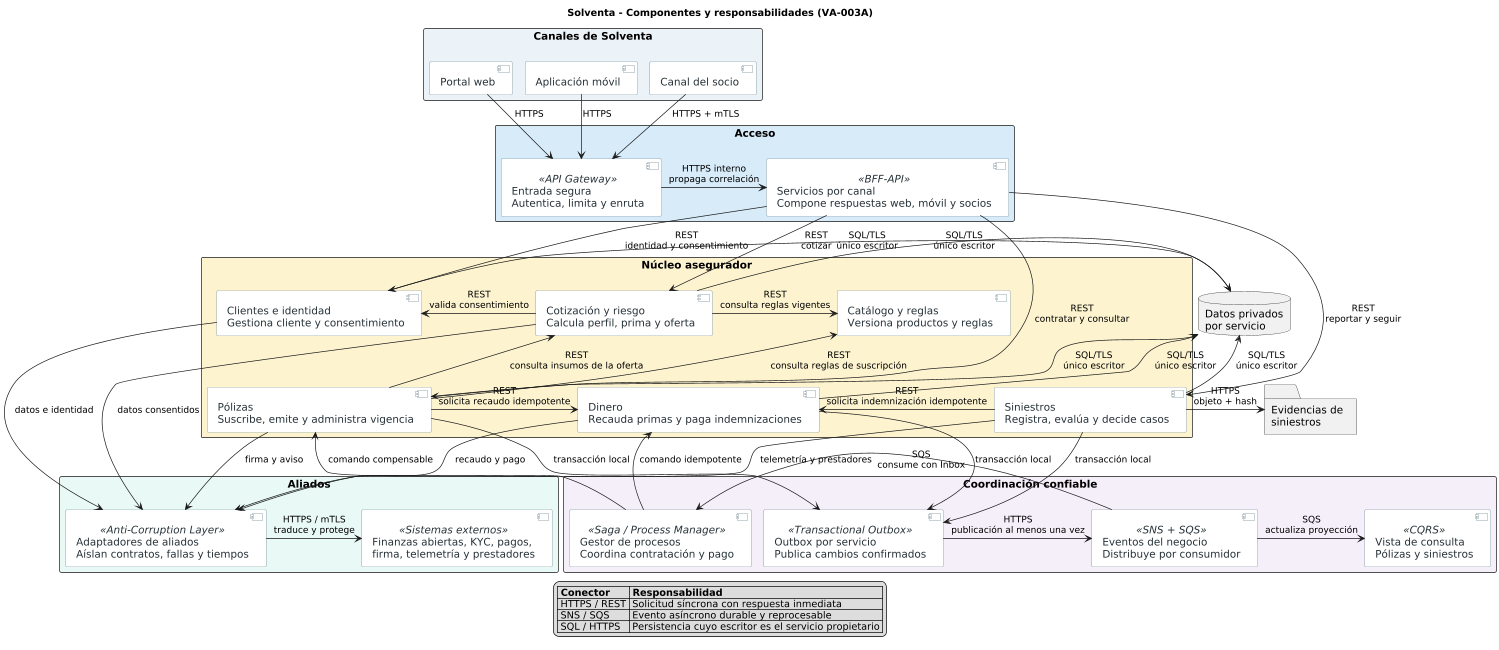
Above: docs/arquitectura/generated/diagrama_componentes_responsabilidades.png in sjfuentes-uniandes/proyecto-final-2-backend (PlantUML), before the change.
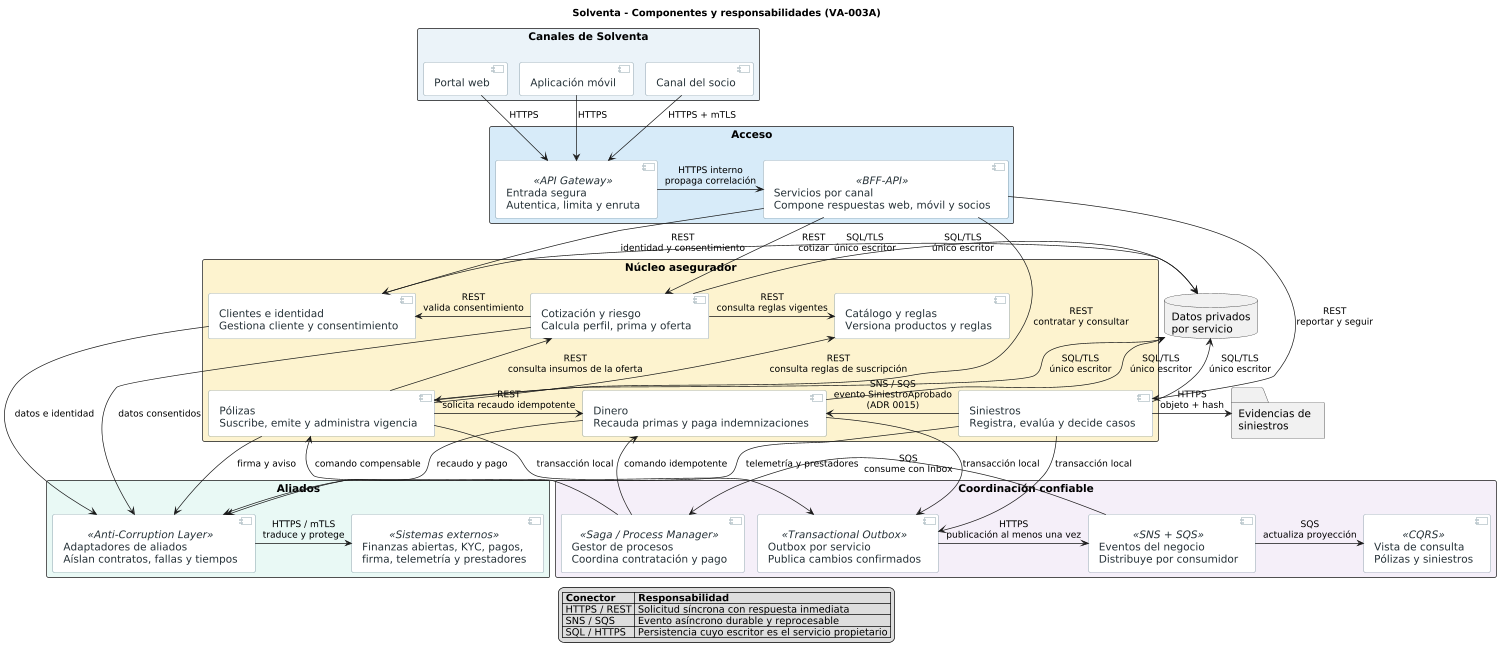
After the change.

The edit, as a diff of the source:
```diff
@@ -83,7 +83,7 @@
 Polizas -up-> Cotizacion : REST\nconsulta insumos de la oferta
 Polizas -up-> Catalogo : REST\nconsulta reglas de suscripción
 Polizas -right-> Dinero : REST\nsolicita recaudo idempotente
-Siniestros -right-> Dinero : REST\nsolicita indemnización idempotente
+Siniestros -right-> Dinero : SNS / SQS\nevento SiniestroAprobado\n(ADR 0015)
 
 Polizas -down-> Outbox : transacción local
 Siniestros -down-> Outbox : transacción local
```
